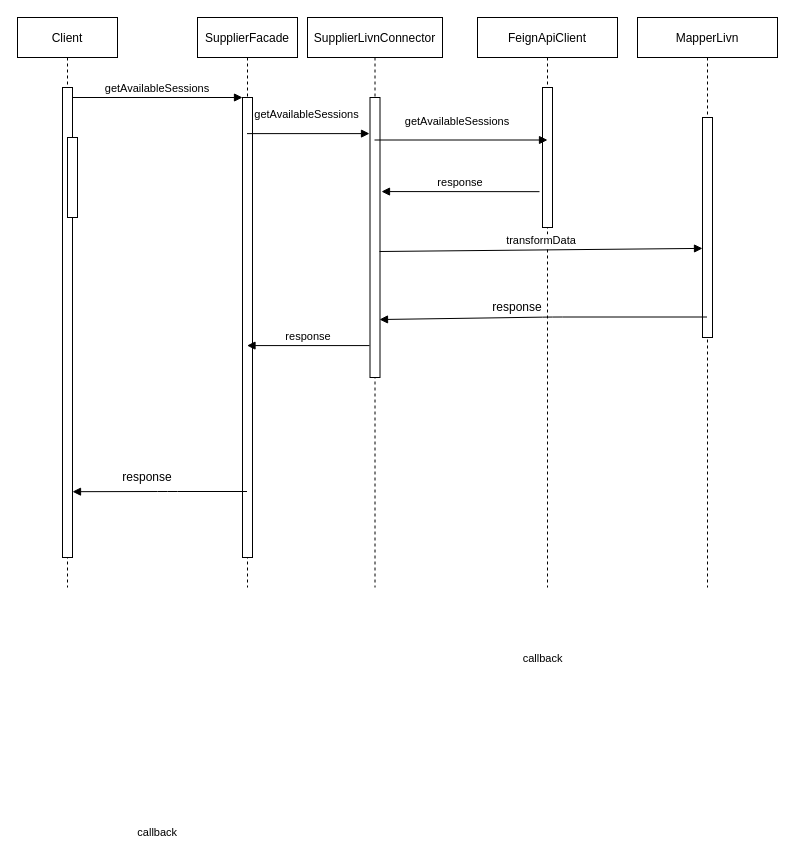
gcijuentes/proyectos keeps this draw.io diagram as Untitled Diagram.drawio. Above is the earlier version. Source tidied: cells renumbered, new cells numbered last; positions are measured from the earlier drawing's top-left corner, leaving out a move shared by most shapes. Both pictures are drawn from the tidied source at 100%, with x=0, y=0 at pixel (17, 17).
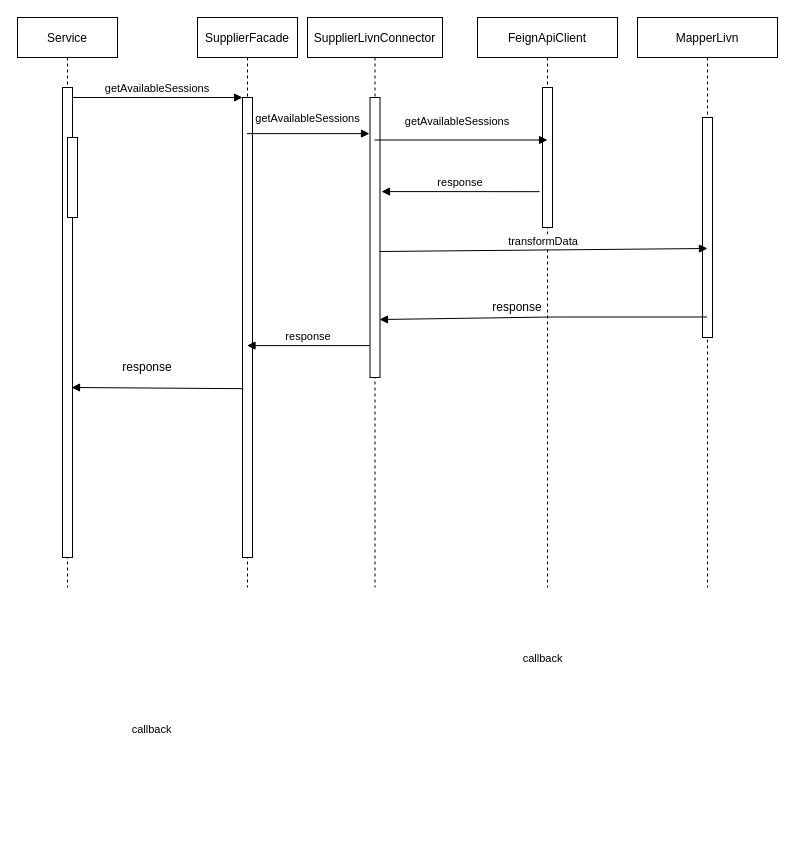
The same page after the edit.

Unchanged cells that the change refers to:
```xml
<mxCell id="3" style="points=[];perimeter=orthogonalPerimeter;rounded=0;shadow=0;strokeWidth=1;" parent="2" vertex="1">
  <mxGeometry x="45" y="70" width="10" height="470" as="geometry" />
</mxCell>
<mxCell id="5" value="SupplierFacade" style="shape=umlLifeline;perimeter=lifelinePerimeter;rounded=0;shadow=0;strokeWidth=1;" parent="1" vertex="1">
  <mxGeometry x="180" width="100" height="570" as="geometry" />
</mxCell>
<mxCell id="6" style="points=[];perimeter=orthogonalPerimeter;rounded=0;shadow=0;strokeWidth=1;" parent="5" vertex="1">
  <mxGeometry x="45" y="80" width="10" height="460" as="geometry" />
</mxCell>
<mxCell id="10" style="points=[];perimeter=orthogonalPerimeter;rounded=0;shadow=0;strokeWidth=1;" parent="9" vertex="1">
  <mxGeometry x="62.5" y="80" width="10" height="280" as="geometry" />
</mxCell>
<mxCell id="17" style="points=[];perimeter=orthogonalPerimeter;rounded=0;shadow=0;strokeWidth=1;" parent="16" vertex="1">
  <mxGeometry x="65" y="100" width="10" height="220" as="geometry" />
</mxCell>
```

Diff of the diagram source:
```diff
@@
-    <mxCell id="2" value="Client" style="shape=umlLifeline;perimeter=lifelinePerimeter;rounded=0;shadow=0;strokeWidth=1;" parent="1" vertex="1">
+    <mxCell id="2" value="Service" style="shape=umlLifeline;perimeter=lifelinePerimeter;rounded=0;shadow=0;strokeWidth=1;" parent="1" vertex="1">
       <mxGeometry width="100" height="570" as="geometry" />
     </mxCell>
@@
-    <mxCell id="8" value="callback" style="verticalAlign=bottom;endArrow=block;entryX=1;entryY=0.86;shadow=0;strokeWidth=1;entryDx=0;entryDy=0;entryPerimeter=0;" parent="1" edge="1" source="5" target="3">
+    <mxCell id="8" value="callback" style="verticalAlign=bottom;endArrow=block;shadow=0;strokeWidth=1;exitX=0.1;exitY=0.633;exitDx=0;exitDy=0;exitPerimeter=0;" parent="1" edge="1" source="6">
       <mxGeometry x="0.03" y="350" relative="1" as="geometry">
-        <Array as="points">
-          <mxPoint x="150" y="474" />
-        </Array>
+        <mxPoint x="54" y="370" as="targetPoint" />
       </mxGeometry>
     </mxCell>
@@
     <mxCell id="11" value="getAvailableSessions" style="verticalAlign=bottom;endArrow=block;entryX=-0.05;entryY=0.129;shadow=0;strokeWidth=1;entryDx=0;entryDy=0;entryPerimeter=0;" parent="1" edge="1" source="5" target="10">
-      <mxGeometry x="-0.02" y="10" relative="1" as="geometry" />
+      <mxGeometry x="-0.01" y="6" relative="1" as="geometry" />
     </mxCell>
@@
-    <mxCell id="18" value="transformData" style="verticalAlign=bottom;endArrow=block;shadow=0;strokeWidth=1;exitX=0.95;exitY=0.55;exitDx=0;exitDy=0;exitPerimeter=0;entryX=0;entryY=0.595;entryDx=0;entryDy=0;entryPerimeter=0;" parent="1" edge="1" source="10" target="17">
-      <mxGeometry relative="1" as="geometry" />
+    <mxCell id="18" value="transformData" style="verticalAlign=bottom;endArrow=block;shadow=0;strokeWidth=1;exitX=0.95;exitY=0.55;exitDx=0;exitDy=0;exitPerimeter=0;" parent="1" edge="1" source="10">
+      <mxGeometry relative="1" as="geometry">
+        <mxPoint x="690" y="231" as="targetPoint" />
+      </mxGeometry>
     </mxCell>
@@
     <mxCell id="21" value="response" style="text;html=1;strokeColor=none;fillColor=none;align=center;verticalAlign=middle;whiteSpace=wrap;rounded=0;" parent="1" vertex="1">
-      <mxGeometry x="110" y="450" width="40" height="20" as="geometry" />
+      <mxGeometry x="110" y="340" width="40" height="20" as="geometry" />
     </mxCell>
```
